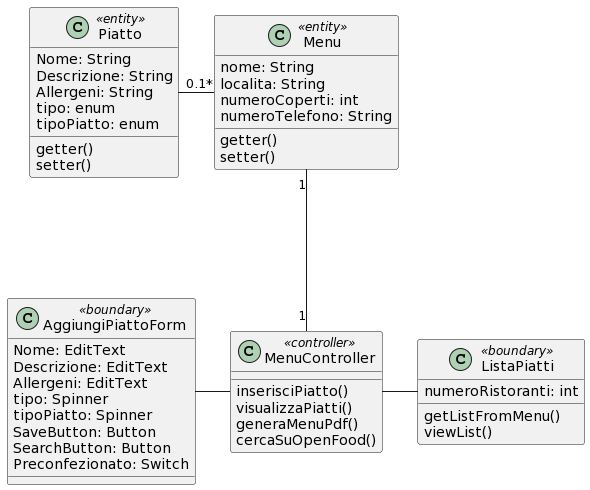
The PlantUML diagram Documentazione/assets/diagrammi/Class diagram di analisi/Gestione piatto.png in Mathieus99/RatatouilleDoc, before a commit.
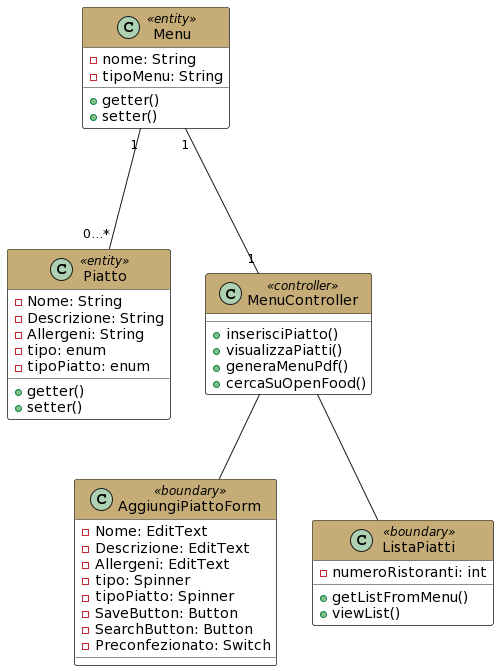
The same file after the commit.

What changed in the source:
```diff
@@ -1,50 +1,55 @@
 @startuml
-class Menu << entity>> {
- nome: String
- localita: String
- numeroCoperti: int
- numeroTelefono: String
- getter()
- setter()
+skinparam class{
+  BackgroundColor white
+}
+skinparam package{
+  BackgroundColor white
+}
+
+class Menu << entity>> #header:C6AD77 {
+ -nome: String
+ -tipoMenu: String
+ +getter()
+ +setter()
 }
 
 
-class Piatto<< entity >> {
- Nome: String
- Descrizione: String
- Allergeni: String
- tipo: enum
- tipoPiatto: enum
- getter()
- setter()
+class Piatto<< entity >>#header:C6AD77 {
+ -Nome: String
+ -Descrizione: String
+ -Allergeni: String
+ -tipo: enum
+ -tipoPiatto: enum
+ +getter()
+ +setter()
 }
 
-class MenuController << controller >> {
- inserisciPiatto()
- visualizzaPiatti()
- generaMenuPdf()
- cercaSuOpenFood()
+class MenuController << controller >> #header:C6AD77{
+ +inserisciPiatto()
+ +visualizzaPiatti()
+ +generaMenuPdf()
+ +cercaSuOpenFood()
 }
 
-class AggiungiPiattoForm << boundary >> {
- Nome: EditText
- Descrizione: EditText
- Allergeni: EditText
- tipo: Spinner
- tipoPiatto: Spinner
- SaveButton: Button
- SearchButton: Button
- Preconfezionato: Switch
+class AggiungiPiattoForm << boundary >> #header:C6AD77{
+ -Nome: EditText
+ -Descrizione: EditText
+ -Allergeni: EditText
+ -tipo: Spinner
+ -tipoPiatto: Spinner
+ -SaveButton: Button
+ -SearchButton: Button
+ -Preconfezionato: Switch
 }
 
-class ListaPiatti << boundary >> {
- numeroRistoranti: int
- getListFromMenu()
- viewList()
+class ListaPiatti << boundary >> #header:C6AD77{
+ -numeroRistoranti: int
+ +getListFromMenu()
+ +viewList()
 }
 
 Menu "1" --- "1" MenuController
-Menu "1" -left- "0...*" Piatto
-MenuController -right- ListaPiatti
-MenuController -left- AggiungiPiattoForm
+Menu "1" --- "0...*" Piatto
+MenuController -- ListaPiatti
+MenuController -- AggiungiPiattoForm
 @enduml
```
